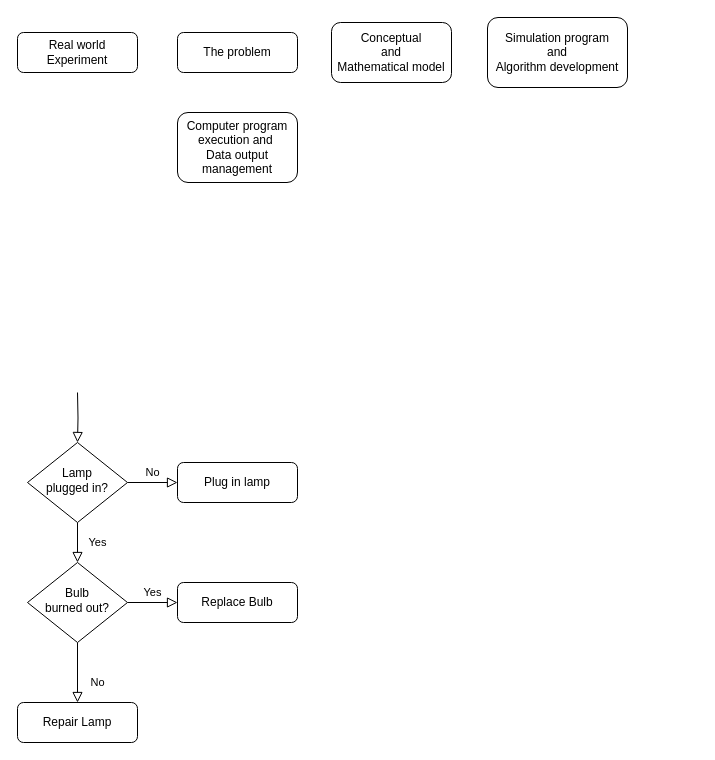
Earlier version of the draw.io diagram modeling_simulation.drawio (SamMachariaPhD/modeling_and_simulation). Source tidied: cells renumbered, new cells numbered last; positions are measured from the earlier drawing's top-left corner, leaving out a move shared by most shapes. Both pictures are drawn from the tidied source at 100%, with x=0, y=0 at pixel (17, 17).
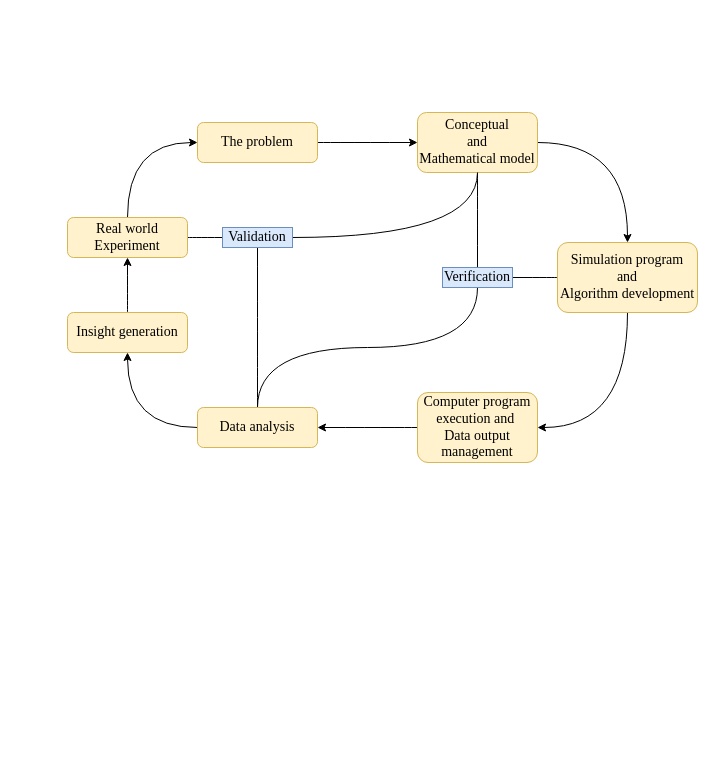
Above is the later version.

What changed in the source:
```diff
@@
-    <mxCell id="2" style="rounded=0;html=1;jettySize=auto;fontSize=11;endArrow=block;endFill=0;endSize=8;strokeWidth=1;shadow=0;labelBackgroundColor=none;edgeStyle=orthogonalEdgeStyle;" parent="1" edge="1" target="6">
-      <mxGeometry relative="1" as="geometry">
-        <mxPoint x="60" y="375" as="sourcePoint" />
-      </mxGeometry>
-    </mxCell>
+    <mxCell id="17" style="edgeStyle=orthogonalEdgeStyle;curved=1;rounded=0;jettySize=auto;html=1;exitX=0.5;exitY=0;exitDx=0;exitDy=0;entryX=0;entryY=0.5;entryDx=0;entryDy=0;" parent="1" edge="1" source="3" target="13">
+      <mxGeometry relative="1" as="geometry" />
+    </mxCell>
+    <mxCell id="18" style="edgeStyle=orthogonalEdgeStyle;curved=1;rounded=0;jettySize=auto;html=1;exitX=1;exitY=0.5;exitDx=0;exitDy=0;entryX=0;entryY=0.5;entryDx=0;entryDy=0;endArrow=none;endFill=0;" parent="1" edge="1" source="3" target="32">
+      <mxGeometry relative="1" as="geometry" />
+    </mxCell>
-    <mxCell id="3" value="Real world&lt;br&gt;Experiment" style="rounded=1;whiteSpace=wrap;html=1;fontSize=12;glass=0;strokeWidth=1;shadow=0;" parent="1" vertex="1">
-      <mxGeometry y="15" width="120" height="40" as="geometry" />
+    <mxCell id="3" value="&lt;font face=&quot;Times New Roman&quot; style=&quot;font-size: 14px&quot;&gt;Real world&lt;br&gt;Experiment&lt;/font&gt;" style="rounded=1;whiteSpace=wrap;html=1;fontSize=12;glass=0;strokeWidth=1;shadow=0;fillColor=#fff2cc;strokeColor=#d6b656;" parent="1" vertex="1">
+      <mxGeometry x="50" y="200" width="120" height="40" as="geometry" />
     </mxCell>
-    <mxCell id="4" value="Yes" style="rounded=0;html=1;jettySize=auto;fontSize=11;endArrow=block;endFill=0;endSize=8;strokeWidth=1;shadow=0;labelBackgroundColor=none;edgeStyle=orthogonalEdgeStyle;" parent="1" edge="1" source="6" target="10">
-      <mxGeometry y="20" relative="1" as="geometry" />
-    </mxCell>
-    <mxCell id="5" value="No" style="edgeStyle=orthogonalEdgeStyle;rounded=0;html=1;jettySize=auto;fontSize=11;endArrow=block;endFill=0;endSize=8;strokeWidth=1;shadow=0;labelBackgroundColor=none;" parent="1" edge="1" source="6" target="7">
-      <mxGeometry y="10" relative="1" as="geometry" />
-    </mxCell>
-    <mxCell id="6" value="Lamp&lt;br&gt;plugged in?" style="rhombus;whiteSpace=wrap;html=1;shadow=0;fontFamily=Helvetica;fontSize=12;align=center;strokeWidth=1;spacing=6;spacingTop=-4;" parent="1" vertex="1">
-      <mxGeometry x="10" y="425" width="100" height="80" as="geometry" />
-    </mxCell>
-    <mxCell id="7" value="Plug in lamp" style="rounded=1;whiteSpace=wrap;html=1;fontSize=12;glass=0;strokeWidth=1;shadow=0;" parent="1" vertex="1">
-      <mxGeometry x="160" y="445" width="120" height="40" as="geometry" />
-    </mxCell>
-    <mxCell id="8" value="No" style="rounded=0;html=1;jettySize=auto;fontSize=11;endArrow=block;endFill=0;endSize=8;strokeWidth=1;shadow=0;labelBackgroundColor=none;edgeStyle=orthogonalEdgeStyle;" parent="1" edge="1" source="10" target="11">
-      <mxGeometry x="0.33" y="20" relative="1" as="geometry" />
-    </mxCell>
-    <mxCell id="9" value="Yes" style="edgeStyle=orthogonalEdgeStyle;rounded=0;html=1;jettySize=auto;fontSize=11;endArrow=block;endFill=0;endSize=8;strokeWidth=1;shadow=0;labelBackgroundColor=none;" parent="1" edge="1" source="10" target="12">
-      <mxGeometry y="10" relative="1" as="geometry" />
-    </mxCell>
-    <mxCell id="10" value="Bulb&lt;br&gt;burned out?" style="rhombus;whiteSpace=wrap;html=1;shadow=0;fontFamily=Helvetica;fontSize=12;align=center;strokeWidth=1;spacing=6;spacingTop=-4;" parent="1" vertex="1">
-      <mxGeometry x="10" y="545" width="100" height="80" as="geometry" />
-    </mxCell>
-    <mxCell id="11" value="Repair Lamp" style="rounded=1;whiteSpace=wrap;html=1;fontSize=12;glass=0;strokeWidth=1;shadow=0;" parent="1" vertex="1">
-      <mxGeometry y="685" width="120" height="40" as="geometry" />
-    </mxCell>
-    <mxCell id="12" value="Replace Bulb" style="rounded=1;whiteSpace=wrap;html=1;fontSize=12;glass=0;strokeWidth=1;shadow=0;" parent="1" vertex="1">
-      <mxGeometry x="160" y="565" width="120" height="40" as="geometry" />
-    </mxCell>
+    <mxCell id="19" style="edgeStyle=orthogonalEdgeStyle;curved=1;rounded=0;jettySize=auto;html=1;exitX=1;exitY=0.5;exitDx=0;exitDy=0;entryX=0;entryY=0.5;entryDx=0;entryDy=0;" parent="1" edge="1" source="13" target="14">
+      <mxGeometry relative="1" as="geometry" />
+    </mxCell>
-    <mxCell id="13" value="The problem" style="rounded=1;whiteSpace=wrap;html=1;fontSize=12;glass=0;strokeWidth=1;shadow=0;" parent="1" vertex="1">
-      <mxGeometry x="160" y="15" width="120" height="40" as="geometry" />
+    <mxCell id="13" value="&lt;font face=&quot;Times New Roman&quot; style=&quot;font-size: 14px&quot;&gt;The problem&lt;/font&gt;" style="rounded=1;whiteSpace=wrap;html=1;fontSize=12;glass=0;strokeWidth=1;shadow=0;fillColor=#fff2cc;strokeColor=#d6b656;" parent="1" vertex="1">
+      <mxGeometry x="180" y="105" width="120" height="40" as="geometry" />
     </mxCell>
+    <mxCell id="20" style="edgeStyle=orthogonalEdgeStyle;curved=1;rounded=0;jettySize=auto;html=1;exitX=1;exitY=0.5;exitDx=0;exitDy=0;entryX=0.5;entryY=0;entryDx=0;entryDy=0;" parent="1" edge="1" source="14" target="15">
+      <mxGeometry relative="1" as="geometry" />
+    </mxCell>
+    <mxCell id="21" style="edgeStyle=orthogonalEdgeStyle;curved=1;rounded=0;jettySize=auto;html=1;exitX=0.5;exitY=1;exitDx=0;exitDy=0;entryX=0.5;entryY=0;entryDx=0;entryDy=0;endArrow=none;endFill=0;" parent="1" edge="1" source="14" target="33">
+      <mxGeometry relative="1" as="geometry" />
+    </mxCell>
-    <mxCell id="14" value="Conceptual &lt;br&gt;and&lt;br&gt;Mathematical model" style="rounded=1;whiteSpace=wrap;html=1;fontSize=12;glass=0;strokeWidth=1;shadow=0;" parent="1" vertex="1">
-      <mxGeometry x="314" y="5" width="120" height="60" as="geometry" />
+    <mxCell id="14" value="&lt;font face=&quot;Times New Roman&quot; style=&quot;font-size: 14px&quot;&gt;Conceptual &lt;br&gt;and&lt;br&gt;Mathematical model&lt;/font&gt;" style="rounded=1;whiteSpace=wrap;html=1;fontSize=12;glass=0;strokeWidth=1;shadow=0;fillColor=#fff2cc;strokeColor=#d6b656;" parent="1" vertex="1">
+      <mxGeometry x="400" y="95" width="120" height="60" as="geometry" />
     </mxCell>
+    <mxCell id="22" style="edgeStyle=orthogonalEdgeStyle;curved=1;rounded=0;jettySize=auto;html=1;exitX=0.5;exitY=1;exitDx=0;exitDy=0;entryX=1;entryY=0.5;entryDx=0;entryDy=0;" parent="1" edge="1" source="15" target="16">
+      <mxGeometry relative="1" as="geometry" />
+    </mxCell>
+    <mxCell id="23" style="edgeStyle=orthogonalEdgeStyle;curved=1;rounded=0;jettySize=auto;html=1;exitX=0;exitY=0.5;exitDx=0;exitDy=0;entryX=1;entryY=0.5;entryDx=0;entryDy=0;endArrow=none;endFill=0;" parent="1" edge="1" source="15" target="33">
+      <mxGeometry relative="1" as="geometry" />
+    </mxCell>
-    <mxCell id="15" value="Simulation program &lt;br&gt;and&lt;br&gt;Algorithm development" style="rounded=1;whiteSpace=wrap;html=1;fontSize=12;glass=0;strokeWidth=1;shadow=0;" parent="1" vertex="1">
-      <mxGeometry x="470" width="140" height="70" as="geometry" />
+    <mxCell id="15" value="&lt;font face=&quot;Times New Roman&quot; style=&quot;font-size: 14px&quot;&gt;Simulation program &lt;br&gt;and&lt;br&gt;Algorithm development&lt;/font&gt;" style="rounded=1;whiteSpace=wrap;html=1;fontSize=12;glass=0;strokeWidth=1;shadow=0;fillColor=#fff2cc;strokeColor=#d6b656;" parent="1" vertex="1">
+      <mxGeometry x="540" y="225" width="140" height="70" as="geometry" />
     </mxCell>
+    <mxCell id="24" style="edgeStyle=orthogonalEdgeStyle;curved=1;rounded=0;jettySize=auto;html=1;exitX=0;exitY=0.5;exitDx=0;exitDy=0;entryX=1;entryY=0.5;entryDx=0;entryDy=0;" parent="1" edge="1" source="16" target="28">
+      <mxGeometry relative="1" as="geometry" />
+    </mxCell>
-    <mxCell id="16" value="Computer program execution and&amp;nbsp;&lt;br&gt;Data output management" style="rounded=1;whiteSpace=wrap;html=1;fontSize=12;glass=0;strokeWidth=1;shadow=0;" parent="1" vertex="1">
-      <mxGeometry x="160" y="95" width="120" height="70" as="geometry" />
+    <mxCell id="16" value="&lt;font face=&quot;Times New Roman&quot; style=&quot;font-size: 14px&quot;&gt;Computer program execution and&amp;nbsp;&lt;br&gt;Data output management&lt;/font&gt;" style="rounded=1;whiteSpace=wrap;html=1;fontSize=12;glass=0;strokeWidth=1;shadow=0;fillColor=#fff2cc;strokeColor=#d6b656;" parent="1" vertex="1">
+      <mxGeometry x="400" y="375" width="120" height="70" as="geometry" />
     </mxCell>
+    <mxCell id="25" style="edgeStyle=orthogonalEdgeStyle;curved=1;rounded=0;jettySize=auto;html=1;exitX=0;exitY=0.5;exitDx=0;exitDy=0;" parent="1" edge="1" source="28" target="30">
+      <mxGeometry relative="1" as="geometry" />
+    </mxCell>
+    <mxCell id="26" style="edgeStyle=orthogonalEdgeStyle;curved=1;rounded=0;jettySize=auto;html=1;exitX=0.5;exitY=0;exitDx=0;exitDy=0;entryX=0.5;entryY=1;entryDx=0;entryDy=0;endArrow=none;endFill=0;" parent="1" edge="1" source="28" target="32">
+      <mxGeometry relative="1" as="geometry" />
+    </mxCell>
+    <mxCell id="27" style="edgeStyle=orthogonalEdgeStyle;curved=1;rounded=0;jettySize=auto;html=1;exitX=0.5;exitY=0;exitDx=0;exitDy=0;entryX=0.5;entryY=1;entryDx=0;entryDy=0;endArrow=none;endFill=0;" parent="1" edge="1" source="28" target="33">
+      <mxGeometry relative="1" as="geometry" />
+    </mxCell>
+    <mxCell id="28" value="&lt;font face=&quot;Times New Roman&quot; style=&quot;font-size: 14px&quot;&gt;Data analysis&lt;/font&gt;" style="rounded=1;whiteSpace=wrap;html=1;fontSize=12;glass=0;strokeWidth=1;shadow=0;fillColor=#fff2cc;strokeColor=#d6b656;" parent="1" vertex="1">
+      <mxGeometry x="180" y="390" width="120" height="40" as="geometry" />
+    </mxCell>
+    <mxCell id="29" style="edgeStyle=orthogonalEdgeStyle;curved=1;rounded=0;jettySize=auto;html=1;exitX=0.5;exitY=0;exitDx=0;exitDy=0;entryX=0.5;entryY=1;entryDx=0;entryDy=0;" parent="1" edge="1" source="30" target="3">
+      <mxGeometry relative="1" as="geometry" />
+    </mxCell>
+    <mxCell id="30" value="&lt;font style=&quot;font-size: 14px&quot; face=&quot;Times New Roman&quot;&gt;Insight generation&lt;/font&gt;" style="rounded=1;whiteSpace=wrap;html=1;fontSize=12;glass=0;strokeWidth=1;shadow=0;fillColor=#fff2cc;strokeColor=#d6b656;" parent="1" vertex="1">
+      <mxGeometry x="50" y="295" width="120" height="40" as="geometry" />
+    </mxCell>
+    <mxCell id="31" style="edgeStyle=orthogonalEdgeStyle;curved=1;rounded=0;jettySize=auto;html=1;exitX=1;exitY=0.5;exitDx=0;exitDy=0;entryX=0.5;entryY=1;entryDx=0;entryDy=0;endArrow=none;endFill=0;" parent="1" edge="1" source="32" target="14">
+      <mxGeometry relative="1" as="geometry" />
+    </mxCell>
+    <mxCell id="32" value="&lt;font style=&quot;font-size: 14px&quot; face=&quot;Times New Roman&quot;&gt;Validation&lt;/font&gt;" style="text;html=1;strokeColor=#6c8ebf;fillColor=#dae8fc;align=center;verticalAlign=middle;whiteSpace=wrap;rounded=0;" parent="1" vertex="1">
+      <mxGeometry x="205" y="210" width="70" height="20" as="geometry" />
+    </mxCell>
+    <mxCell id="33" value="&lt;font face=&quot;Times New Roman&quot; style=&quot;font-size: 14px&quot;&gt;Verification&lt;/font&gt;" style="text;html=1;align=center;verticalAlign=middle;whiteSpace=wrap;rounded=0;fillColor=#dae8fc;strokeColor=#6c8ebf;" parent="1" vertex="1">
+      <mxGeometry x="425" y="250" width="70" height="20" as="geometry" />
+    </mxCell>
```
